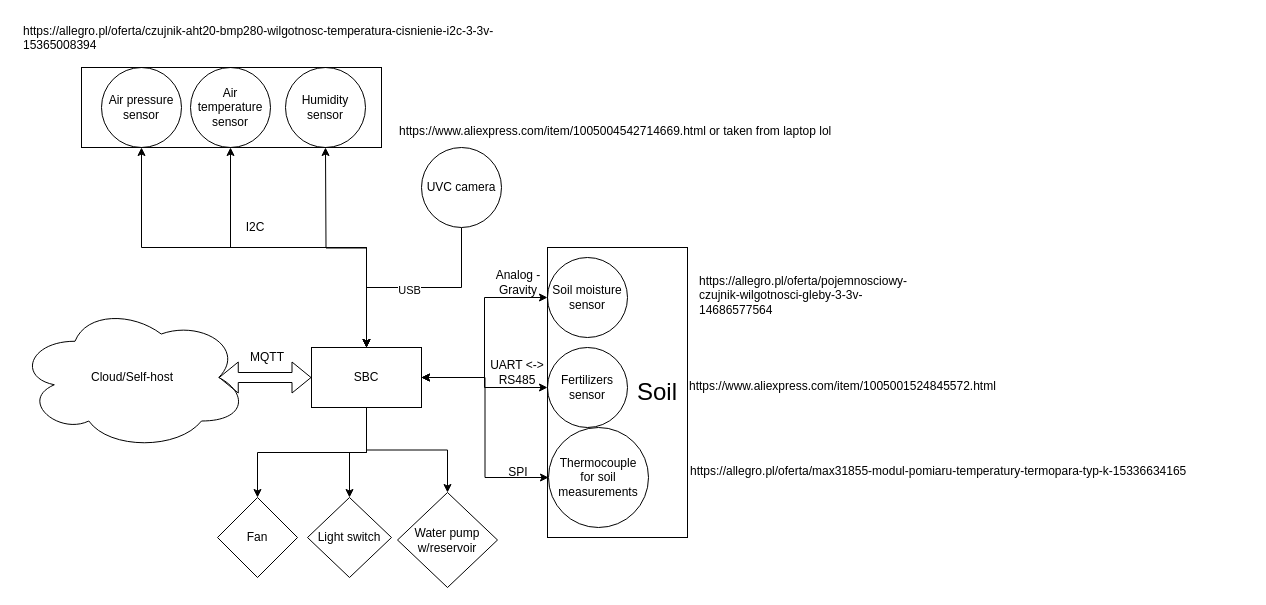
The draw.io diagram page "OverallView" (1 of 5) of models/Project.drawio in KhazAkar/ags, before the edit. Source tidied: cells renumbered, new cells numbered last; positions are measured from the earlier drawing's top-left corner, leaving out a move shared by most shapes. Both pictures are drawn from the tidied source at 100%, with x=0, y=0 at pixel (17, 17).
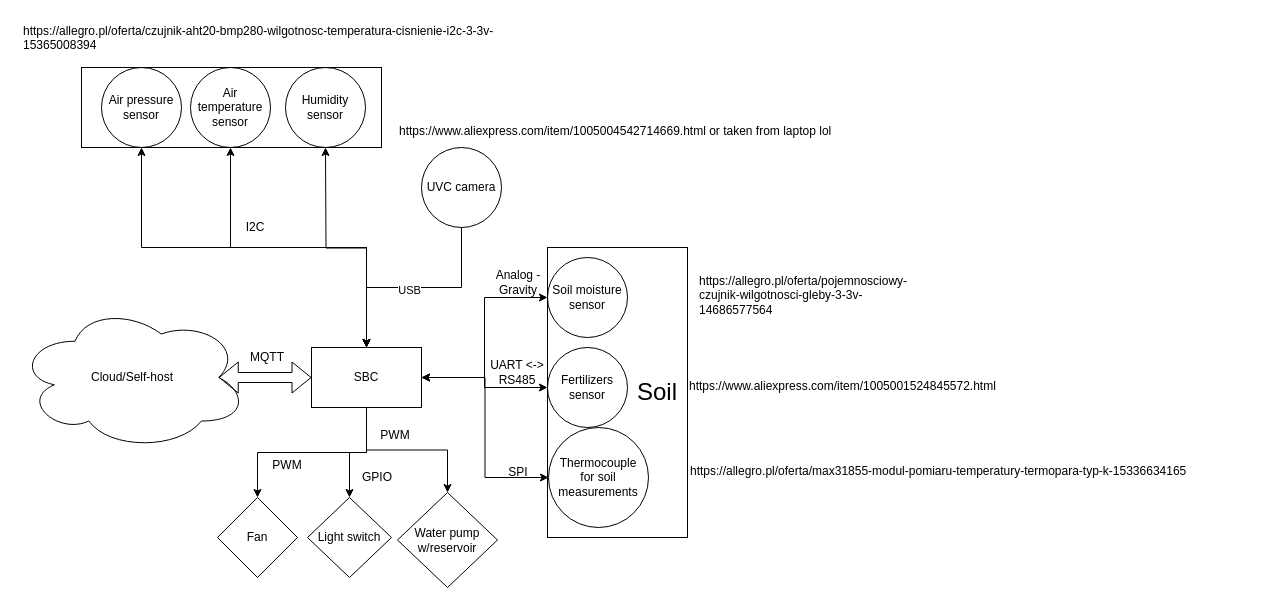
The same diagram, later.

Commit message (it also covers changes not shown here):
feat: add labels in drawio and kicad schematic

What changed in the source:
```diff
@@
+    <mxCell id="39" value="PWM" style="text;html=1;align=center;verticalAlign=middle;whiteSpace=wrap;rounded=0;" parent="1" vertex="1">
+      <mxGeometry x="348" y="402.5" width="60" height="30" as="geometry" />
+    </mxCell>
+    <mxCell id="40" value="GPIO" style="text;html=1;align=center;verticalAlign=middle;whiteSpace=wrap;rounded=0;" parent="1" vertex="1">
+      <mxGeometry x="330" y="445" width="60" height="30" as="geometry" />
+    </mxCell>
+    <mxCell id="41" value="PWM" style="text;html=1;align=center;verticalAlign=middle;whiteSpace=wrap;rounded=0;" parent="1" vertex="1">
+      <mxGeometry x="240" y="432.5" width="60" height="30" as="geometry" />
+    </mxCell>
```
